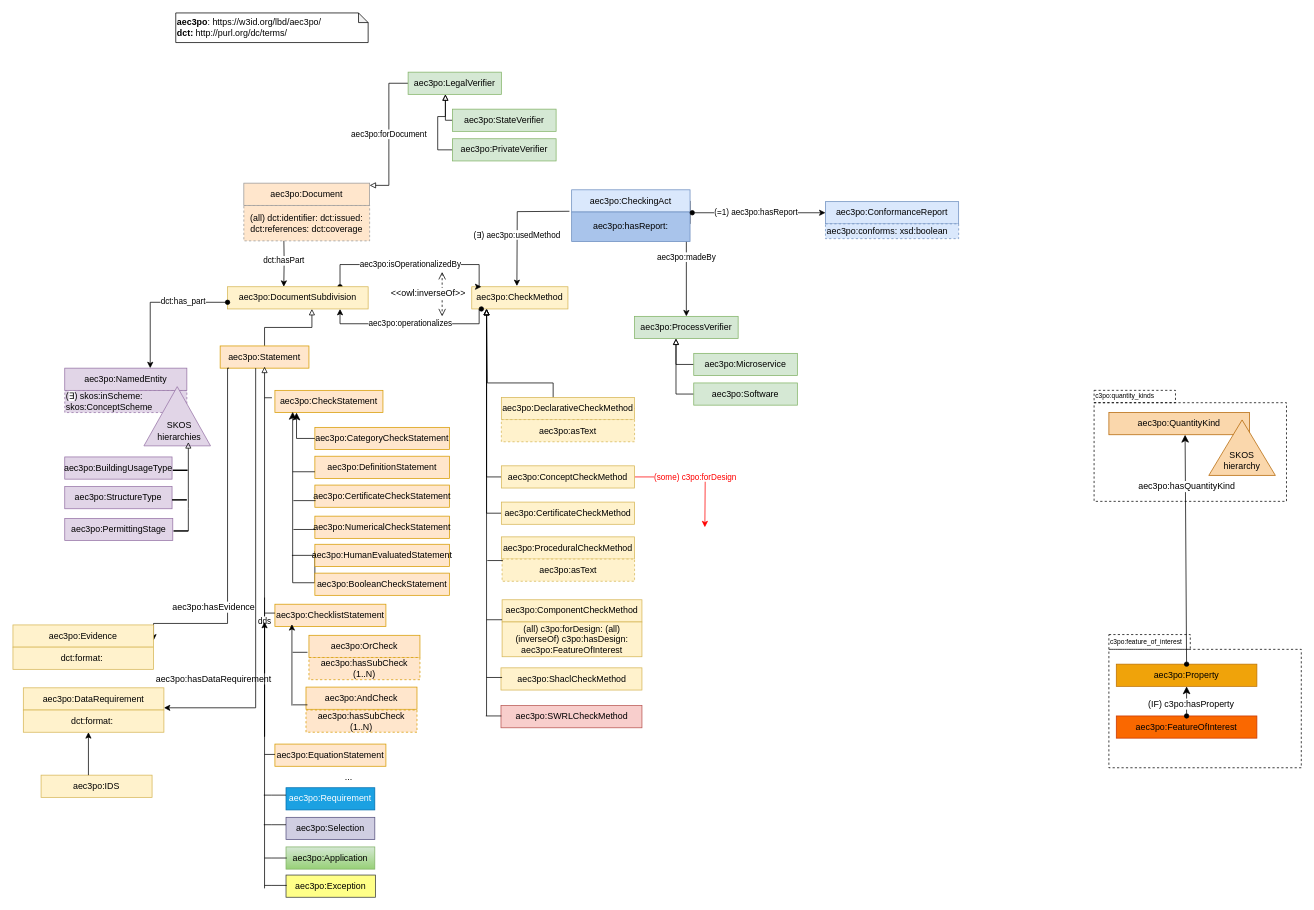
Above: page "aec3po" (1 of 14) of resources/aec3po.drawio in Accord-Project/aec3po (draw.io), before the change. Source tidied: cells renumbered, new cells numbered last; positions are measured from the earlier drawing's top-left corner, leaving out a move shared by most shapes. Both pictures are drawn from the tidied source at 74%, with x=0, y=0 at pixel (13, 13).
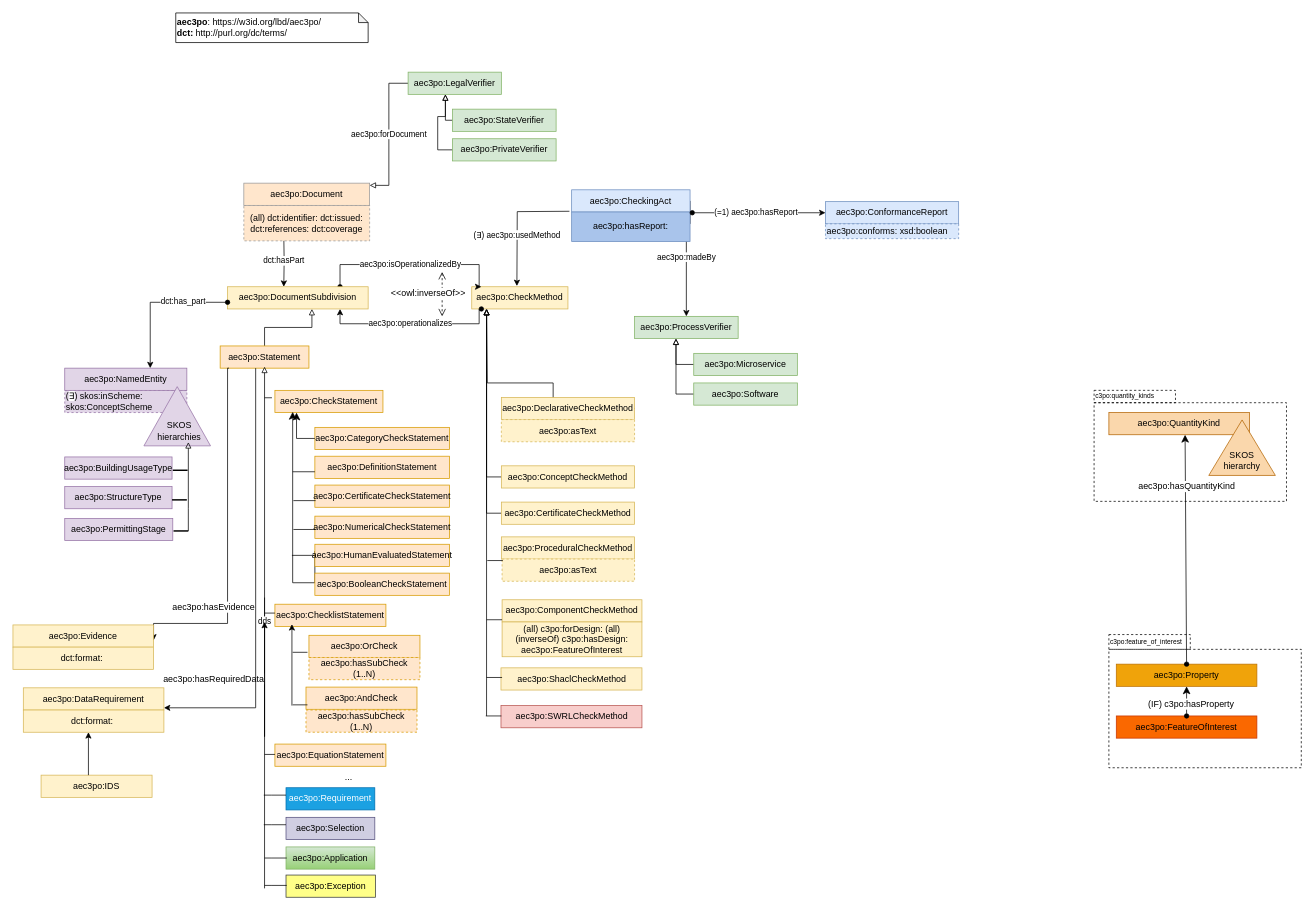
After the change.

Unchanged cells that the change refers to:
```xml
<mxCell id="27" value="aec3po:ConceptCheckMethod" style="rounded=0;whiteSpace=wrap;html=1;snapToPoint=1;points=[[0.1,0],[0.2,0],[0.3,0],[0.4,0],[0.5,0],[0.6,0],[0.7,0],[0.8,0],[0.9,0],[0,0.1],[0,0.3],[0,0.5],[0,0.7],[0,0.9],[0.1,1],[0.2,1],[0.3,1],[0.4,1],[0.5,1],[0.6,1],[0.7,1],[0.8,1],[0.9,1],[1,0.1],[1,0.3],[1,0.5],[1,0.7],[1,0.9]];fillColor=#fff2cc;strokeColor=#d6b656;" parent="1" vertex="1">
  <mxGeometry x="660" y="612" width="180" height="30" as="geometry" />
</mxCell>
```

What changed in the source:
```diff
@@
-    <mxCell id="25" value="&lt;font color=&quot;#ff0000&quot;&gt;(some) c3po:forDesign&lt;/font&gt;" style="edgeStyle=orthogonalEdgeStyle;rounded=0;jettySize=auto;html=1;exitX=1;exitY=0.5;exitDx=0;exitDy=0;entryX=0;entryY=0.5;entryDx=0;entryDy=0;startArrow=none;startFill=0;endArrow=classic;endFill=1;strokeColor=#FF0000;" parent="1" edge="1" source="27">
-      <mxGeometry relative="1" as="geometry">
-        <mxPoint x="935" y="695" as="targetPoint" />
-      </mxGeometry>
-    </mxCell>
@@
-    <mxCell id="98" value="&lt;div&gt;aec3po:hasDataRequirement&lt;br&gt;&lt;/div&gt;" style="text;html=1;align=center;verticalAlign=middle;labelBackgroundColor=#ffffff;" parent="1" vertex="1">
+    <mxCell id="98" value="&lt;div&gt;aec3po:hasRequiredData&lt;br&gt;&lt;/div&gt;" style="text;html=1;align=center;verticalAlign=middle;labelBackgroundColor=#ffffff;" parent="1" vertex="1">
       <mxGeometry x="270" y="899" as="geometry" />
     </mxCell>
```
